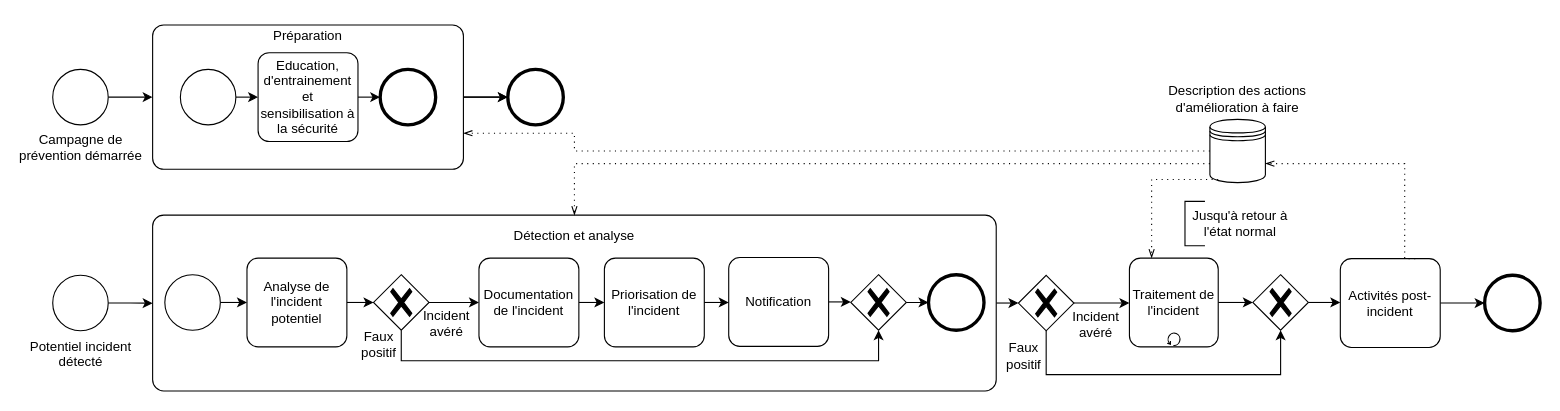
Above: standards/NIST.drawio in netmme/cyber-diagramme-d-activites (draw.io), before the change. Source tidied: cells renumbered, new cells numbered last; positions are measured from the earlier drawing's top-left corner, leaving out a move shared by most shapes. Both pictures are drawn from the tidied source at 111%, with x=0, y=0 at pixel (52, 19).
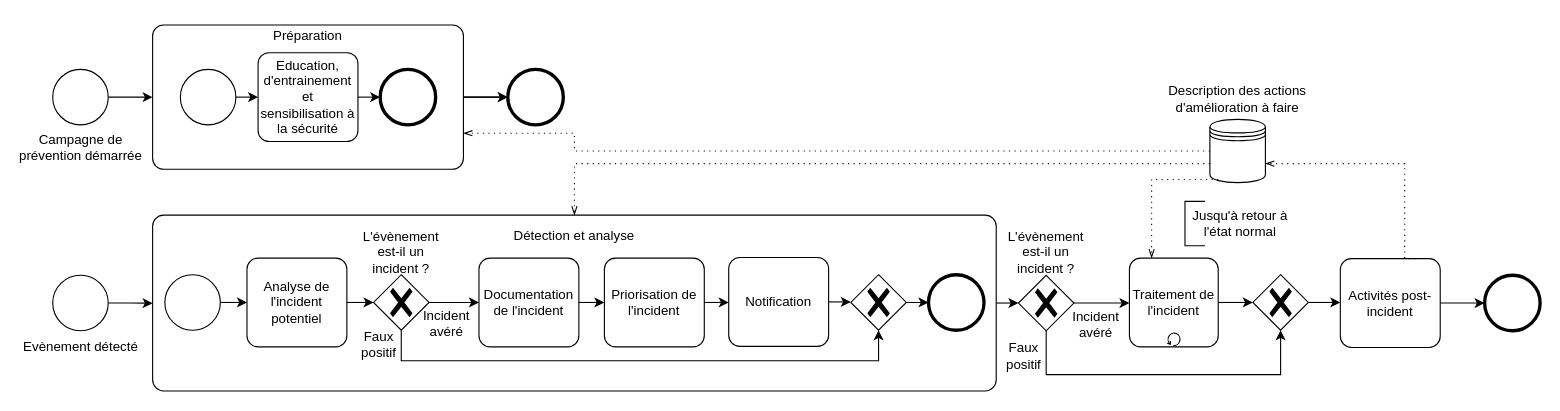
The same diagram, later.

What changed in the source:
```diff
@@
-    <mxCell id="5" value="Potentiel incident&lt;br&gt;détecté" style="points=[[0.145,0.145,0],[0.5,0,0],[0.855,0.145,0],[1,0.5,0],[0.855,0.855,0],[0.5,1,0],[0.145,0.855,0],[0,0.5,0]];shape=mxgraph.bpmn.event;html=1;verticalLabelPosition=bottom;labelBackgroundColor=#ffffff;verticalAlign=top;align=center;perimeter=ellipsePerimeter;outlineConnect=0;outline=standard;symbol=general;" parent="1" vertex="1">
+    <mxCell id="5" value="Evènement détecté" style="points=[[0.145,0.145,0],[0.5,0,0],[0.855,0.145,0],[1,0.5,0],[0.855,0.855,0],[0.5,1,0],[0.145,0.855,0],[0,0.5,0]];shape=mxgraph.bpmn.event;html=1;verticalLabelPosition=bottom;labelBackgroundColor=#ffffff;verticalAlign=top;align=center;perimeter=ellipsePerimeter;outlineConnect=0;outline=standard;symbol=general;" parent="1" vertex="1">
       <mxGeometry y="230.5" width="50" height="50" as="geometry" />
     </mxCell>
@@
+    <mxCell id="58" value="L'évènement est-il un incident ?" style="text;html=1;strokeColor=none;fillColor=none;align=center;verticalAlign=middle;whiteSpace=wrap;rounded=0;" parent="1" vertex="1">
+      <mxGeometry x="284" y="195" width="60" height="30" as="geometry" />
+    </mxCell>
+    <mxCell id="59" value="L'évènement est-il un incident ?" style="text;html=1;strokeColor=none;fillColor=none;align=center;verticalAlign=middle;whiteSpace=wrap;rounded=0;" parent="1" vertex="1">
+      <mxGeometry x="865" y="195" width="60" height="30" as="geometry" />
+    </mxCell>
```
